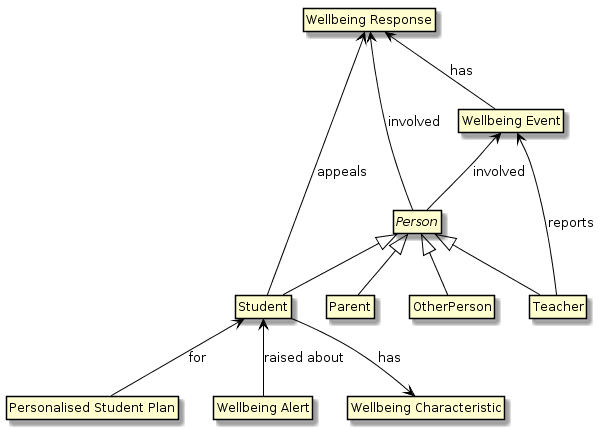
nsip/specgen_input_au keeps this PlantUML diagram as 99_Resources/images/Conceptual_wellbeing.png. Above is the earlier version. The source it was exported from:
```plantuml
@startuml
hide empty members
hide circle
skinparam class {
ArrowColor Black
BorderColor Black
}

abstract class "Person"

"Wellbeing Response" <-- Person : involved
"Wellbeing Response" <-- Student : appeals
"Wellbeing Response" <-- "Wellbeing Event" : has
"Wellbeing Event" <-- Person : involved
"Wellbeing Event" <-- Teacher : reports
Student <-- "Personalised Student Plan" : for
Student <-- "Wellbeing Alert" : raised about
Student --> "Wellbeing Characteristic" : has

Person <|-- Teacher
Person <|-- Student
Person <|-- Parent
Person <|-- OtherPerson
@enduml
```
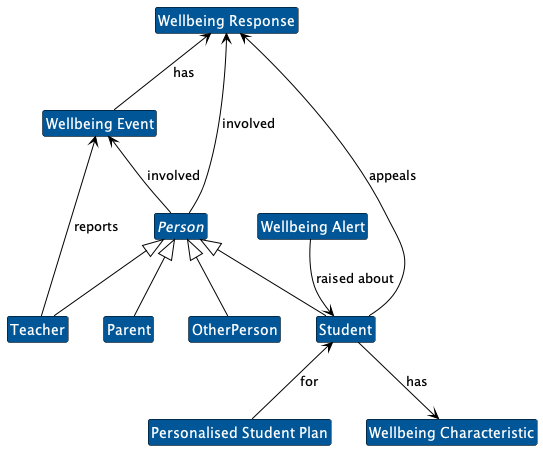
After the commit.

What changed in the source:
```diff
@@ -5,6 +5,8 @@
 ArrowColor Black
 BorderColor Black
 }
+skinparam ClassBackgroundColor #005696
+skinparam ClassFontColor automatic
 
 abstract class "Person"
 
@@ -14,11 +16,13 @@
 "Wellbeing Event" <-- Person : involved
 "Wellbeing Event" <-- Teacher : reports
 Student <-- "Personalised Student Plan" : for
-Student <-- "Wellbeing Alert" : raised about
+"Wellbeing Alert" --> Student : raised about
 Student --> "Wellbeing Characteristic" : has
+
 
 Person <|-- Teacher
 Person <|-- Student
 Person <|-- Parent
 Person <|-- OtherPerson
+
 @enduml
```
